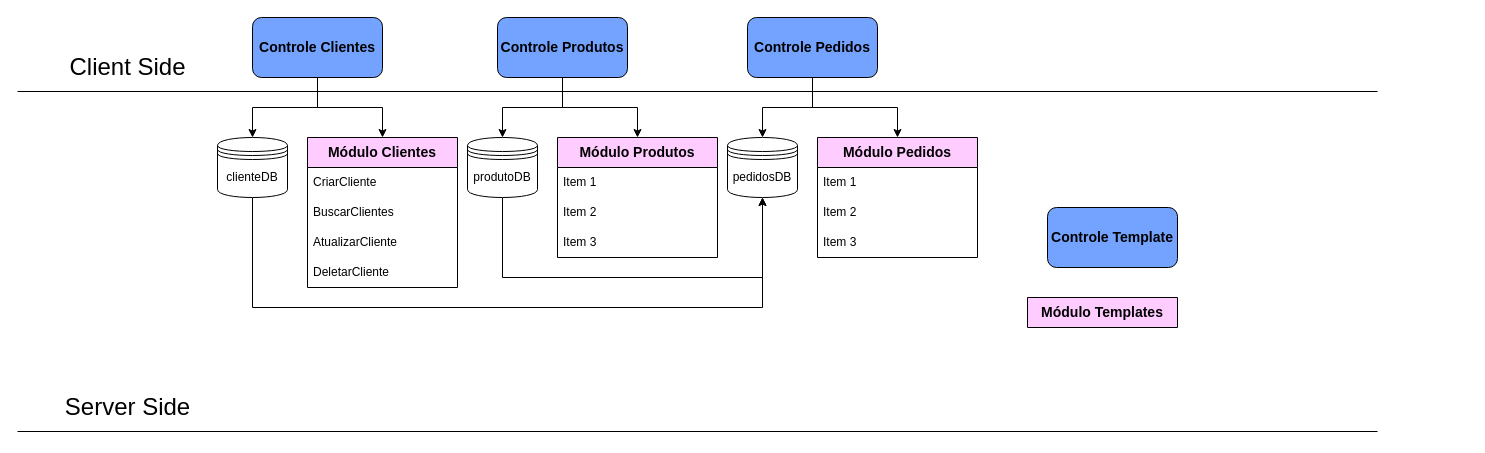
Above: page "Diagrama" (2 of 3) of easy_conf.drawio in Hakeera/easy_conf (draw.io), before the change. Source tidied: cells renumbered, new cells numbered last; positions are measured from the earlier drawing's top-left corner, leaving out a move shared by most shapes. Both pictures are drawn from the tidied source at 100%, with x=0, y=0 at pixel (17, 17).
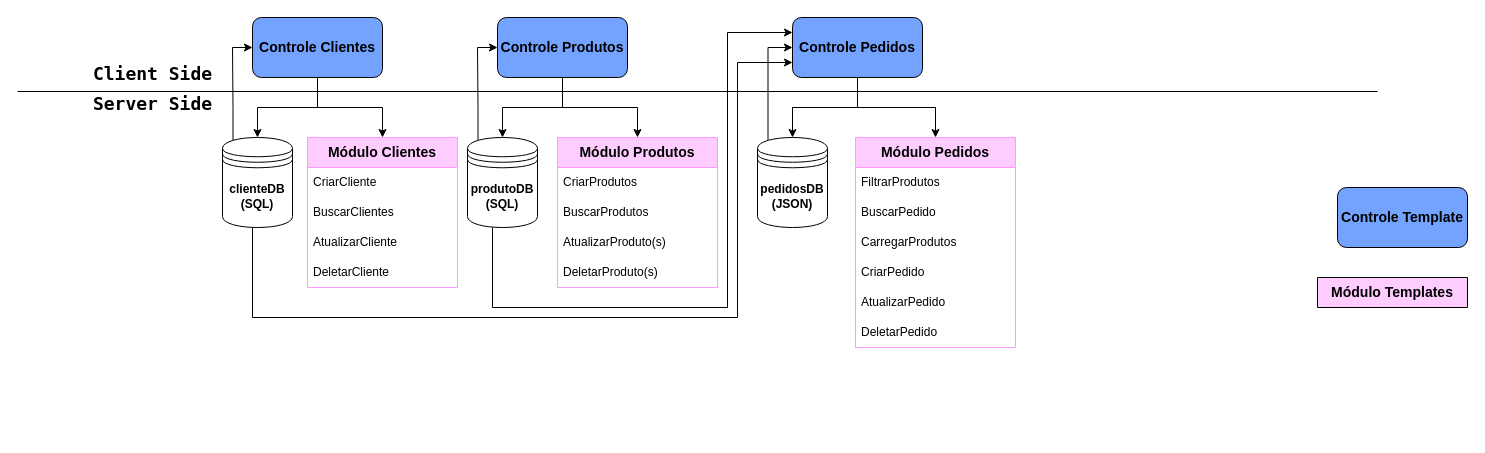
Above is the later version.

Unchanged cells that the change refers to:
```xml
<mxCell id="8" value="&lt;b&gt;&lt;font style=&quot;font-size: 14px;&quot;&gt;Controle Clientes&lt;/font&gt;&lt;/b&gt;" style="rounded=1;whiteSpace=wrap;html=1;fillColor=#73A2FF;" parent="1" vertex="1">
  <mxGeometry x="235" width="130" height="60" as="geometry" />
</mxCell>
<mxCell id="12" value="&lt;b&gt;&lt;font style=&quot;font-size: 14px;&quot;&gt;Controle Produtos&lt;/font&gt;&lt;/b&gt;" style="rounded=1;whiteSpace=wrap;html=1;fillColor=#73A2FF;" parent="1" vertex="1">
  <mxGeometry x="480" width="130" height="60" as="geometry" />
</mxCell>
```

Change to the diagram source:
```diff
@@
-    <mxCell id="3" value="&lt;font style=&quot;font-size: 24px;&quot;&gt;Client Side&lt;/font&gt;" style="text;html=1;align=center;verticalAlign=middle;strokeColor=none;fillColor=none;" parent="1" vertex="1">
-      <mxGeometry x="40" y="30" width="140" height="40" as="geometry" />
+    <mxCell id="3" value="&lt;h1&gt;&lt;font face=&quot;Lucida Console&quot; style=&quot;font-size: 18px;&quot;&gt;Client Side&lt;/font&gt;&lt;/h1&gt;" style="text;html=1;align=center;verticalAlign=middle;strokeColor=none;fillColor=none;" parent="1" vertex="1">
+      <mxGeometry x="60" y="20" width="150" height="70" as="geometry" />
     </mxCell>
-    <mxCell id="4" value="&lt;font style=&quot;font-size: 24px;&quot;&gt;Server Side&lt;/font&gt;" style="text;html=1;align=center;verticalAlign=middle;strokeColor=none;fillColor=none;" parent="1" vertex="1">
-      <mxGeometry x="40" y="370" width="140" height="40" as="geometry" />
+    <mxCell id="4" value="&lt;h1&gt;&lt;font face=&quot;Lucida Console&quot; style=&quot;font-size: 18px;&quot;&gt;Server Side&lt;/font&gt;&lt;/h1&gt;" style="text;html=1;align=center;verticalAlign=middle;strokeColor=none;fillColor=none;" parent="1" vertex="1">
+      <mxGeometry x="60" y="50" width="150" height="70" as="geometry" />
     </mxCell>
-    <mxCell id="5" style="line;strokeWidth=1;fillColor=none;align=left;verticalAlign=middle;spacingTop=-1;spacingLeft=3;spacingRight=3;labelPosition=right;strokeColor=inherit;" parent="1" vertex="1">
-      <mxGeometry y="410" width="1360" height="8" as="geometry" />
-    </mxCell>
+    <mxCell id="7" style="edgeStyle=orthogonalEdgeStyle;rounded=0;jettySize=auto;html=1;entryX=0.5;entryY=0;entryDx=0;entryDy=0;" parent="1" edge="1" source="8" target="18">
+      <mxGeometry relative="1" as="geometry" />
+    </mxCell>
@@
-    <mxCell id="7" style="edgeStyle=orthogonalEdgeStyle;rounded=0;jettySize=auto;html=1;entryX=0.5;entryY=0;entryDx=0;entryDy=0;" parent="1" edge="1" source="8" target="18">
-      <mxGeometry relative="1" as="geometry" />
-    </mxCell>
@@
     <mxCell id="9" value="&lt;b&gt;&lt;font style=&quot;font-size: 14px;&quot;&gt;Controle Template&lt;/font&gt;&lt;/b&gt;" style="rounded=1;whiteSpace=wrap;html=1;fillColor=#73A2FF;" parent="1" vertex="1">
-      <mxGeometry x="1030" y="190" width="130" height="60" as="geometry" />
+      <mxGeometry x="1320" y="170" width="130" height="60" as="geometry" />
     </mxCell>
@@
     <mxCell id="15" value="&lt;b&gt;&lt;font style=&quot;font-size: 14px;&quot;&gt;Controle Pedidos&lt;/font&gt;&lt;/b&gt;" style="rounded=1;whiteSpace=wrap;html=1;fillColor=#73A2FF;" parent="1" vertex="1">
-      <mxGeometry x="730" width="130" height="60" as="geometry" />
+      <mxGeometry x="775" width="130" height="60" as="geometry" />
     </mxCell>
-    <mxCell id="16" style="edgeStyle=orthogonalEdgeStyle;rounded=0;jettySize=auto;html=1;entryX=0.5;entryY=1;entryDx=0;entryDy=0;" parent="1" edge="1" source="17" target="30">
-      <mxGeometry relative="1" as="geometry">
-        <Array as="points">
-          <mxPoint x="235" y="290" />
-          <mxPoint x="745" y="290" />
-        </Array>
-      </mxGeometry>
-    </mxCell>
+    <mxCell id="35" style="edgeStyle=orthogonalEdgeStyle;rounded=0;jettySize=auto;html=1;entryX=0;entryY=0.75;entryDx=0;entryDy=0;" parent="1" edge="1" source="17" target="15">
+      <mxGeometry relative="1" as="geometry">
+        <Array as="points">
+          <mxPoint x="235" y="300" />
+          <mxPoint x="720" y="300" />
+          <mxPoint x="720" y="45" />
+        </Array>
+      </mxGeometry>
+    </mxCell>
+    <mxCell id="36" style="edgeStyle=orthogonalEdgeStyle;rounded=0;jettySize=auto;html=1;exitX=0.15;exitY=0.05;exitDx=0;exitDy=0;exitPerimeter=0;entryX=0;entryY=0.5;entryDx=0;entryDy=0;" parent="1" edge="1" source="17" target="8">
+      <mxGeometry relative="1" as="geometry" />
+    </mxCell>
-    <mxCell id="17" value="clienteDB" style="shape=datastore;whiteSpace=wrap;html=1;" parent="1" vertex="1">
-      <mxGeometry x="200" y="120" width="70" height="60" as="geometry" />
+    <mxCell id="17" value="&lt;b&gt;clienteDB&lt;/b&gt;&lt;div&gt;&lt;b&gt;(SQL)&lt;/b&gt;&lt;/div&gt;" style="shape=datastore;whiteSpace=wrap;html=1;" parent="1" vertex="1">
+      <mxGeometry x="205" y="120" width="70" height="90" as="geometry" />
     </mxCell>
-    <mxCell id="18" value="&lt;span style=&quot;font-size: 14px;&quot;&gt;&lt;b&gt;Módulo Clientes&lt;/b&gt;&lt;/span&gt;" style="swimlane;fontStyle=0;horizontal=1;startSize=30;whiteSpace=wrap;html=1;fillColor=#FFCCFF;" parent="1" vertex="1">
+    <mxCell id="18" value="&lt;span style=&quot;font-size: 14px;&quot;&gt;&lt;b&gt;Módulo Clientes&lt;/b&gt;&lt;/span&gt;" style="swimlane;fontStyle=0;horizontal=1;startSize=30;whiteSpace=wrap;html=1;fillColor=#FFCCFF;strokeColor=#FF99FF;" parent="1" vertex="1">
       <mxGeometry x="290" y="120" width="150" height="150" as="geometry" />
     </mxCell>
@@
     <mxCell id="23" value="&lt;span style=&quot;font-size: 14px;&quot;&gt;&lt;b&gt;Módulo Templates&lt;/b&gt;&lt;/span&gt;" style="swimlane;fontStyle=0;horizontal=1;startSize=30;whiteSpace=wrap;html=1;fillColor=#FFCCFF;" parent="1" vertex="1" collapsed="1">
-      <mxGeometry x="1010" y="280" width="150" height="30" as="geometry" />
+      <mxGeometry x="1300" y="260" width="150" height="30" as="geometry" />
     </mxCell>
-    <mxCell id="24" style="edgeStyle=orthogonalEdgeStyle;rounded=0;jettySize=auto;html=1;entryX=0.5;entryY=1;entryDx=0;entryDy=0;" parent="1" edge="1" source="25" target="30">
-      <mxGeometry relative="1" as="geometry">
-        <Array as="points">
-          <mxPoint x="485" y="260" />
-          <mxPoint x="745" y="260" />
-        </Array>
-      </mxGeometry>
-    </mxCell>
+    <mxCell id="37" style="edgeStyle=orthogonalEdgeStyle;rounded=0;jettySize=auto;html=1;entryX=0;entryY=0.25;entryDx=0;entryDy=0;" parent="1" edge="1" target="15">
+      <mxGeometry relative="1" as="geometry">
+        <mxPoint x="475" y="209.9" as="sourcePoint" />
+        <Array as="points">
+          <mxPoint x="475" y="290" />
+          <mxPoint x="710" y="290" />
+          <mxPoint x="710" y="15" />
+        </Array>
+      </mxGeometry>
+    </mxCell>
+    <mxCell id="38" style="edgeStyle=orthogonalEdgeStyle;rounded=0;jettySize=auto;html=1;exitX=0.15;exitY=0.05;exitDx=0;exitDy=0;exitPerimeter=0;entryX=0;entryY=0.5;entryDx=0;entryDy=0;" parent="1" edge="1" source="25" target="12">
+      <mxGeometry relative="1" as="geometry" />
+    </mxCell>
-    <mxCell id="25" value="produtoDB" style="shape=datastore;whiteSpace=wrap;html=1;" parent="1" vertex="1">
-      <mxGeometry x="450" y="120" width="70" height="60" as="geometry" />
+    <mxCell id="25" value="&lt;b&gt;produtoDB&lt;/b&gt;&lt;div&gt;&lt;b&gt;(SQL)&lt;/b&gt;&lt;/div&gt;" style="shape=datastore;whiteSpace=wrap;html=1;" parent="1" vertex="1">
+      <mxGeometry x="450" y="120" width="70" height="90" as="geometry" />
     </mxCell>
-    <mxCell id="26" value="&lt;span style=&quot;font-size: 14px;&quot;&gt;&lt;b&gt;Módulo Produtos&lt;/b&gt;&lt;/span&gt;" style="swimlane;fontStyle=0;horizontal=1;startSize=30;whiteSpace=wrap;html=1;fillColor=#FFCCFF;" parent="1" vertex="1">
-      <mxGeometry x="540" y="120" width="160" height="120" as="geometry" />
+    <mxCell id="26" value="&lt;span style=&quot;font-size: 14px;&quot;&gt;&lt;b&gt;Módulo Produtos&lt;/b&gt;&lt;/span&gt;" style="swimlane;fontStyle=0;horizontal=1;startSize=30;whiteSpace=wrap;html=1;fillColor=#FFCCFF;strokeColor=#FF99FF;" parent="1" vertex="1">
+      <mxGeometry x="540" y="120" width="160" height="150" as="geometry" />
     </mxCell>
-    <mxCell id="27" value="Item 1" style="text;strokeColor=none;fillColor=none;align=left;verticalAlign=middle;spacingLeft=4;spacingRight=4;overflow=hidden;whiteSpace=wrap;html=1;" parent="26" vertex="1">
+    <mxCell id="27" value="CriarProdutos" style="text;strokeColor=none;fillColor=none;align=left;verticalAlign=middle;spacingLeft=4;spacingRight=4;overflow=hidden;whiteSpace=wrap;html=1;" parent="26" vertex="1">
       <mxGeometry y="30" width="160" height="30" as="geometry" />
     </mxCell>
-    <mxCell id="28" value="Item 2" style="text;strokeColor=none;fillColor=none;align=left;verticalAlign=middle;spacingLeft=4;spacingRight=4;overflow=hidden;whiteSpace=wrap;html=1;" parent="26" vertex="1">
+    <mxCell id="28" value="BuscarProdutos" style="text;strokeColor=none;fillColor=none;align=left;verticalAlign=middle;spacingLeft=4;spacingRight=4;overflow=hidden;whiteSpace=wrap;html=1;" parent="26" vertex="1">
       <mxGeometry y="60" width="160" height="30" as="geometry" />
     </mxCell>
-    <mxCell id="29" value="Item 3" style="text;strokeColor=none;fillColor=none;align=left;verticalAlign=middle;spacingLeft=4;spacingRight=4;overflow=hidden;whiteSpace=wrap;html=1;" parent="26" vertex="1">
+    <mxCell id="29" value="AtualizarProduto(s)" style="text;strokeColor=none;fillColor=none;align=left;verticalAlign=middle;spacingLeft=4;spacingRight=4;overflow=hidden;whiteSpace=wrap;html=1;" parent="26" vertex="1">
       <mxGeometry y="90" width="160" height="30" as="geometry" />
     </mxCell>
+    <mxCell id="39" value="DeletarProduto(s)" style="text;strokeColor=none;fillColor=none;align=left;verticalAlign=middle;spacingLeft=4;spacingRight=4;overflow=hidden;whiteSpace=wrap;html=1;" parent="26" vertex="1">
+      <mxGeometry y="120" width="160" height="30" as="geometry" />
+    </mxCell>
+    <mxCell id="40" style="edgeStyle=orthogonalEdgeStyle;rounded=0;jettySize=auto;html=1;exitX=0.15;exitY=0.05;exitDx=0;exitDy=0;exitPerimeter=0;entryX=0;entryY=0.5;entryDx=0;entryDy=0;" parent="1" edge="1" source="30" target="15">
+      <mxGeometry relative="1" as="geometry" />
+    </mxCell>
-    <mxCell id="30" value="pedidosDB" style="shape=datastore;whiteSpace=wrap;html=1;" parent="1" vertex="1">
-      <mxGeometry x="710" y="120" width="70" height="60" as="geometry" />
+    <mxCell id="30" value="&lt;b&gt;pedidosDB&lt;/b&gt;&lt;div&gt;&lt;b&gt;(JSON)&lt;/b&gt;&lt;/div&gt;" style="shape=datastore;whiteSpace=wrap;html=1;" parent="1" vertex="1">
+      <mxGeometry x="740" y="120" width="70" height="90" as="geometry" />
     </mxCell>
-    <mxCell id="31" value="&lt;span style=&quot;font-size: 14px;&quot;&gt;&lt;b&gt;Módulo Pedidos&lt;/b&gt;&lt;/span&gt;" style="swimlane;fontStyle=0;horizontal=1;startSize=30;whiteSpace=wrap;html=1;fillColor=#FFCCFF;" parent="1" vertex="1">
-      <mxGeometry x="800" y="120" width="160" height="120" as="geometry" />
+    <mxCell id="31" value="&lt;span style=&quot;font-size: 14px;&quot;&gt;&lt;b&gt;Módulo Pedidos&lt;/b&gt;&lt;/span&gt;" style="swimlane;fontStyle=0;horizontal=1;startSize=30;whiteSpace=wrap;html=1;fillColor=#FFCCFF;strokeColor=#FF99FF;" parent="1" vertex="1">
+      <mxGeometry x="838" y="120" width="160" height="210" as="geometry" />
     </mxCell>
+    <mxCell id="33" value="FiltrarProdutos" style="text;strokeColor=none;fillColor=none;align=left;verticalAlign=middle;spacingLeft=4;spacingRight=4;overflow=hidden;whiteSpace=wrap;html=1;" parent="31" vertex="1">
+      <mxGeometry y="30" width="160" height="30" as="geometry" />
+    </mxCell>
+    <mxCell id="41" value="BuscarPedido" style="text;strokeColor=none;fillColor=none;align=left;verticalAlign=middle;spacingLeft=4;spacingRight=4;overflow=hidden;whiteSpace=wrap;html=1;" parent="31" vertex="1">
+      <mxGeometry y="60" width="160" height="30" as="geometry" />
+    </mxCell>
-    <mxCell id="32" value="Item 1" style="text;strokeColor=none;fillColor=none;align=left;verticalAlign=middle;spacingLeft=4;spacingRight=4;overflow=hidden;whiteSpace=wrap;html=1;" parent="31" vertex="1">
-      <mxGeometry y="30" width="160" height="30" as="geometry" />
+    <mxCell id="32" value="CarregarProdutos" style="text;strokeColor=none;fillColor=none;align=left;verticalAlign=middle;spacingLeft=4;spacingRight=4;overflow=hidden;whiteSpace=wrap;html=1;" parent="31" vertex="1">
+      <mxGeometry y="90" width="160" height="30" as="geometry" />
     </mxCell>
-    <mxCell id="33" value="Item 2" style="text;strokeColor=none;fillColor=none;align=left;verticalAlign=middle;spacingLeft=4;spacingRight=4;overflow=hidden;whiteSpace=wrap;html=1;" parent="31" vertex="1">
-      <mxGeometry y="60" width="160" height="30" as="geometry" />
-    </mxCell>
-    <mxCell id="34" value="Item 3" style="text;strokeColor=none;fillColor=none;align=left;verticalAlign=middle;spacingLeft=4;spacingRight=4;overflow=hidden;whiteSpace=wrap;html=1;" parent="31" vertex="1">
-      <mxGeometry y="90" width="160" height="30" as="geometry" />
+    <mxCell id="34" value="CriarPedido" style="text;strokeColor=none;fillColor=none;align=left;verticalAlign=middle;spacingLeft=4;spacingRight=4;overflow=hidden;whiteSpace=wrap;html=1;" parent="31" vertex="1">
+      <mxGeometry y="120" width="160" height="30" as="geometry" />
     </mxCell>
+    <mxCell id="42" value="AtualizarPedido" style="text;strokeColor=none;fillColor=none;align=left;verticalAlign=middle;spacingLeft=4;spacingRight=4;overflow=hidden;whiteSpace=wrap;html=1;" parent="31" vertex="1">
+      <mxGeometry y="150" width="160" height="30" as="geometry" />
+    </mxCell>
+    <mxCell id="43" value="DeletarPedido" style="text;strokeColor=none;fillColor=none;align=left;verticalAlign=middle;spacingLeft=4;spacingRight=4;overflow=hidden;whiteSpace=wrap;html=1;" parent="31" vertex="1">
+      <mxGeometry y="180" width="160" height="30" as="geometry" />
+    </mxCell>
```
